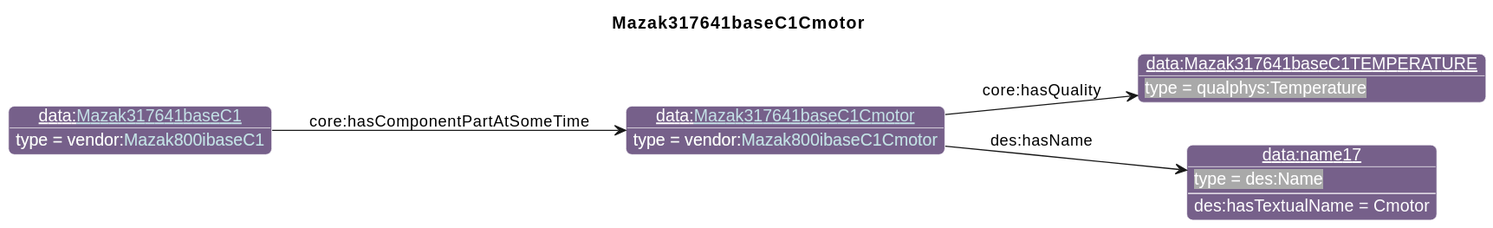
Earlier version of the PlantUML export diagrams/Mazak317641baseC1Cmotor.svg (iofoundry/example-syseng-mtconnect).
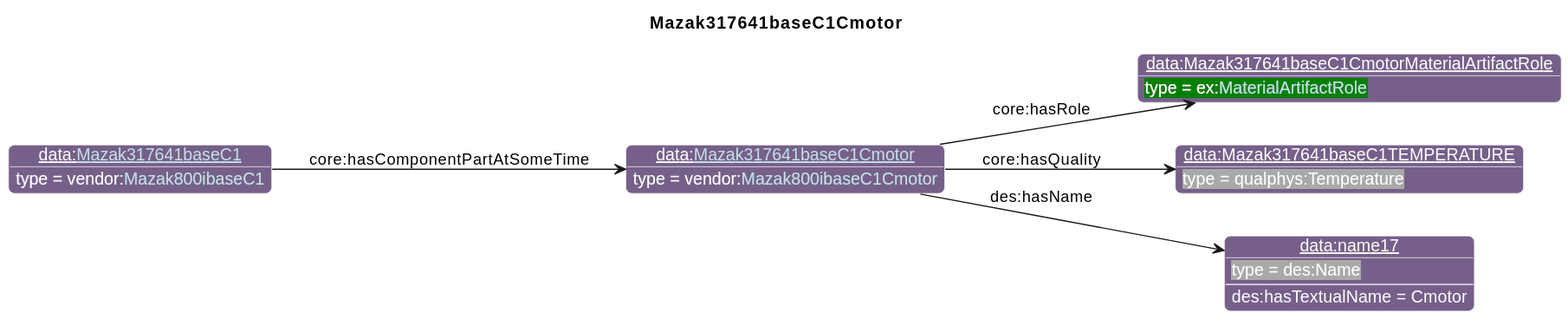
After the commit.

What changed in the source:
```diff
@@ -26,11 +26,13 @@
                       "qp":"641B2E"
       }
 individual(o0, data:[[./Mazak317641baseC1Cmotor.html Mazak317641baseC1Cmotor]], vendor:[[../Mazak.html#Mazak800ibaseC1Cmotor Mazak800ibaseC1Cmotor]])
-individual(o1, data:Mazak317641baseC1TEMPERATURE, qualphys:Temperature)
-individual(o2, data:name17, des:Name)
-individual(o3, data:[[./Mazak317641baseC1.html Mazak317641baseC1]], vendor:[[../Mazak.html#Mazak800ibaseC1 Mazak800ibaseC1]])
-property(o0, "core:hasQuality", o1)
-property(o0, "des:hasName", o2)
-data(o2, "des:hasTextualName", "Cmotor")
-property(o3, "core:hasComponentPartAtSomeTime", o0)
+individual(o1, data:Mazak317641baseC1CmotorMaterialArtifactRole, ex:[[../Example.html#MaterialArtifactRole MaterialArtifactRole]])
+individual(o2, data:Mazak317641baseC1TEMPERATURE, qualphys:Temperature)
+individual(o3, data:name17, des:Name)
+individual(o4, data:[[./Mazak317641baseC1.html Mazak317641baseC1]], vendor:[[../Mazak.html#Mazak800ibaseC1 Mazak800ibaseC1]])
+property(o0, "core:hasRole", o1)
+property(o0, "core:hasQuality", o2)
+property(o0, "des:hasName", o3)
+data(o3, "des:hasTextualName", "Cmotor")
+property(o4, "core:hasComponentPartAtSomeTime", o0)
 @enduml
```
